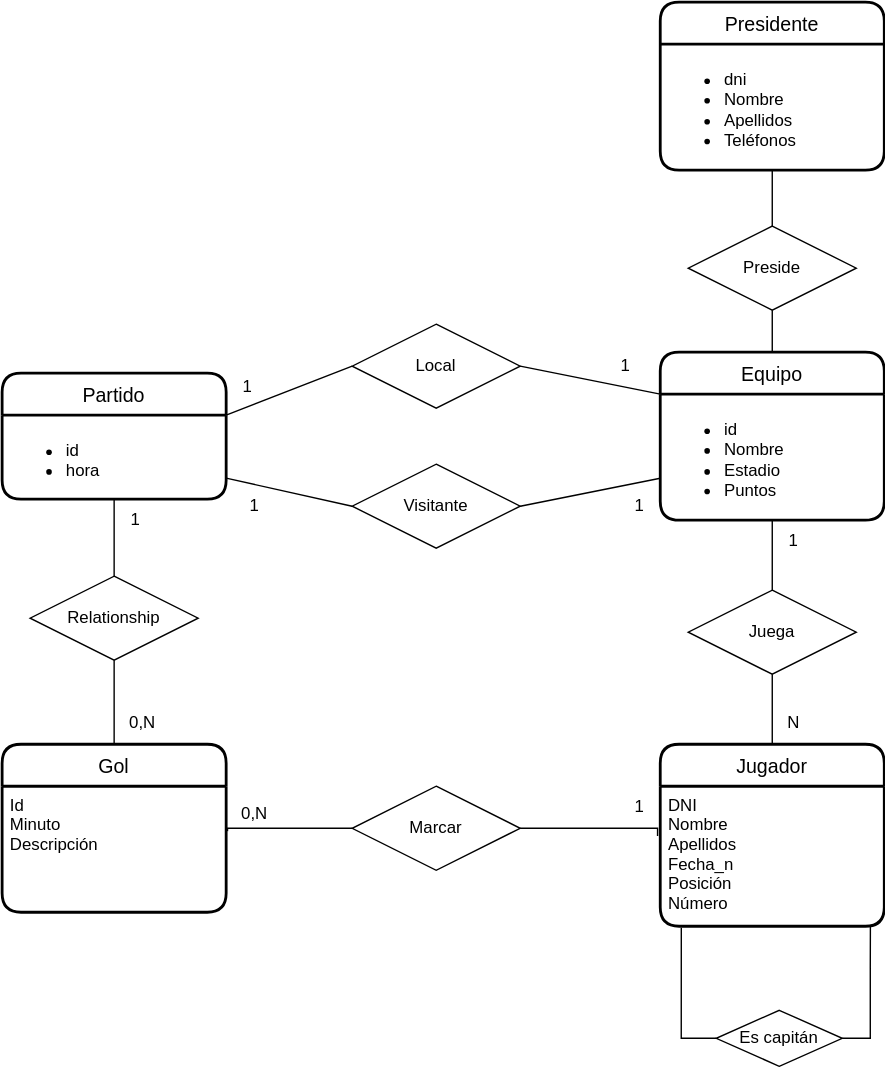
The draw.io diagram UD12-10.svg in Jimxx22/C3-UD11-UML, before a commit. Source tidied: cells renumbered, new cells last; positions are measured from the earlier drawing's top-left corner, leaving out a move shared by most shapes. Source of this version:
```xml
<mxGraphModel>
  <root>
    <mxCell id="0" />
    <mxCell id="1" parent="0" />
    <mxCell id="2" style="edgeStyle=orthogonalEdgeStyle;rounded=0;jettySize=auto;html=1;exitX=0.5;exitY=0;exitDx=0;exitDy=0;entryX=0.5;entryY=1;entryDx=0;entryDy=0;endArrow=none;endFill=0;" parent="1" edge="1" source="3" target="28">
      <mxGeometry relative="1" as="geometry" />
    </mxCell>
    <mxCell id="3" value="Jugador" style="swimlane;horizontal=1;startSize=30;rounded=1;fontSize=14;fontStyle=0;strokeWidth=2;shadow=0;dashed=0;align=center;" parent="1" vertex="1">
      <mxGeometry x="470" y="530" width="160" height="130" as="geometry" />
    </mxCell>
    <mxCell id="4" value="DNI&#10;Nombre&#10;Apellidos&#10;Fecha_n&#10;Posición&#10;Número&#10;" style="align=left;strokeColor=none;fillColor=none;spacingLeft=4;fontSize=12;verticalAlign=top;" parent="3" vertex="1">
      <mxGeometry y="30" width="160" height="100" as="geometry" />
    </mxCell>
    <mxCell id="5" value="Partido" style="swimlane;horizontal=1;startSize=30;rounded=1;fontSize=14;fontStyle=0;strokeWidth=2;shadow=0;dashed=0;align=center;" parent="1" vertex="1">
      <mxGeometry y="265" width="160" height="90" as="geometry" />
    </mxCell>
    <mxCell id="6" value="&lt;ul&gt;&lt;li&gt;id&lt;/li&gt;&lt;li&gt;hora&lt;/li&gt;&lt;/ul&gt;" style="align=left;strokeColor=none;fillColor=none;spacingLeft=4;fontSize=12;verticalAlign=top;html=1;" parent="5" vertex="1">
      <mxGeometry y="30" width="160" height="60" as="geometry" />
    </mxCell>
    <mxCell id="7" value="Gol" style="swimlane;horizontal=1;startSize=30;rounded=1;fontSize=14;fontStyle=0;strokeWidth=2;shadow=0;dashed=0;align=center;" parent="1" vertex="1">
      <mxGeometry y="530" width="160" height="120" as="geometry" />
    </mxCell>
    <mxCell id="8" value="Id&#10;Minuto&#10;Descripción&#10;" style="align=left;strokeColor=none;fillColor=none;spacingLeft=4;fontSize=12;verticalAlign=top;" parent="7" vertex="1">
      <mxGeometry y="30" width="160" height="90" as="geometry" />
    </mxCell>
    <mxCell id="9" value="Presidente" style="swimlane;horizontal=1;startSize=30;rounded=1;fontSize=14;fontStyle=0;strokeWidth=2;shadow=0;dashed=0;align=center;" parent="1" vertex="1">
      <mxGeometry x="470" width="160" height="120" as="geometry" />
    </mxCell>
    <mxCell id="10" value="&lt;ul&gt;&lt;li&gt;dni&lt;/li&gt;&lt;li&gt;Nombre&lt;/li&gt;&lt;li&gt;Apellidos&lt;/li&gt;&lt;li&gt;Teléfonos&lt;/li&gt;&lt;/ul&gt;" style="align=left;strokeColor=none;fillColor=none;spacingLeft=4;fontSize=12;verticalAlign=top;html=1;" parent="9" vertex="1">
      <mxGeometry y="30" width="160" height="90" as="geometry" />
    </mxCell>
    <mxCell id="11" value="Equipo" style="swimlane;horizontal=1;startSize=30;rounded=1;fontSize=14;fontStyle=0;strokeWidth=2;shadow=0;dashed=0;align=center;" parent="1" vertex="1">
      <mxGeometry x="470" y="250" width="160" height="120" as="geometry" />
    </mxCell>
    <mxCell id="12" value="&lt;ul&gt;&lt;li&gt;id&lt;/li&gt;&lt;li&gt;Nombre&lt;/li&gt;&lt;li&gt;Estadio&lt;/li&gt;&lt;li&gt;Puntos&lt;/li&gt;&lt;/ul&gt;" style="align=left;strokeColor=none;fillColor=none;spacingLeft=4;fontSize=12;verticalAlign=top;html=1;" parent="11" vertex="1">
      <mxGeometry y="30" width="160" height="90" as="geometry" />
    </mxCell>
    <mxCell id="13" style="edgeStyle=orthogonalEdgeStyle;rounded=0;jettySize=auto;html=1;exitX=0;exitY=0.5;exitDx=0;exitDy=0;entryX=0.094;entryY=1.011;entryDx=0;entryDy=0;entryPerimeter=0;endArrow=none;endFill=0;" parent="1" edge="1" source="15" target="4">
      <mxGeometry relative="1" as="geometry">
        <Array as="points">
          <mxPoint x="485" y="740" />
        </Array>
      </mxGeometry>
    </mxCell>
    <mxCell id="14" style="edgeStyle=orthogonalEdgeStyle;rounded=0;jettySize=auto;html=1;exitX=1;exitY=0.5;exitDx=0;exitDy=0;entryX=0.938;entryY=1;entryDx=0;entryDy=0;entryPerimeter=0;endArrow=none;endFill=0;" parent="1" edge="1" source="15" target="4">
      <mxGeometry relative="1" as="geometry" />
    </mxCell>
    <mxCell id="15" value="Es capitán" style="shape=rhombus;perimeter=rhombusPerimeter;whiteSpace=wrap;html=1;align=center;" parent="1" vertex="1">
      <mxGeometry x="510" y="720" width="90" height="40" as="geometry" />
    </mxCell>
    <mxCell id="16" style="edgeStyle=orthogonalEdgeStyle;rounded=0;jettySize=auto;html=1;exitX=1;exitY=0.5;exitDx=0;exitDy=0;entryX=-0.012;entryY=0.356;entryDx=0;entryDy=0;entryPerimeter=0;endArrow=none;endFill=0;" parent="1" edge="1" source="18" target="4">
      <mxGeometry relative="1" as="geometry">
        <Array as="points">
          <mxPoint x="468" y="590" />
        </Array>
      </mxGeometry>
    </mxCell>
    <mxCell id="17" style="edgeStyle=orthogonalEdgeStyle;rounded=0;jettySize=auto;html=1;exitX=0;exitY=0.5;exitDx=0;exitDy=0;entryX=1.006;entryY=0.356;entryDx=0;entryDy=0;entryPerimeter=0;endArrow=none;endFill=0;" parent="1" edge="1" source="18" target="8">
      <mxGeometry relative="1" as="geometry">
        <Array as="points">
          <mxPoint x="161" y="590" />
        </Array>
      </mxGeometry>
    </mxCell>
    <mxCell id="18" value="Marcar" style="shape=rhombus;perimeter=rhombusPerimeter;whiteSpace=wrap;html=1;align=center;" parent="1" vertex="1">
      <mxGeometry x="250" y="560" width="120" height="60" as="geometry" />
    </mxCell>
    <mxCell id="19" value="Visitante" style="shape=rhombus;perimeter=rhombusPerimeter;whiteSpace=wrap;html=1;align=center;labelBackgroundColor=none;" parent="1" vertex="1">
      <mxGeometry x="250" y="330" width="120" height="60" as="geometry" />
    </mxCell>
    <mxCell id="20" value="Local" style="shape=rhombus;perimeter=rhombusPerimeter;whiteSpace=wrap;html=1;align=center;labelBackgroundColor=none;" parent="1" vertex="1">
      <mxGeometry x="250" y="230" width="120" height="60" as="geometry" />
    </mxCell>
    <mxCell id="21" style="endArrow=none;html=1;rounded=0;labelBackgroundColor=none;entryX=0;entryY=0.25;entryDx=0;entryDy=0;exitX=1;exitY=0.5;exitDx=0;exitDy=0;" parent="1" edge="1" source="20" target="11">
      <mxGeometry relative="1" as="geometry" />
    </mxCell>
    <mxCell id="22" style="endArrow=none;html=1;rounded=0;labelBackgroundColor=none;entryX=0;entryY=0.75;entryDx=0;entryDy=0;exitX=1;exitY=0.5;exitDx=0;exitDy=0;" parent="1" edge="1" source="19" target="11">
      <mxGeometry relative="1" as="geometry" />
    </mxCell>
    <mxCell id="23" style="endArrow=none;html=1;rounded=0;labelBackgroundColor=none;entryX=0;entryY=0.5;entryDx=0;entryDy=0;exitX=1;exitY=0.75;exitDx=0;exitDy=0;" parent="1" edge="1" source="6" target="19">
      <mxGeometry relative="1" as="geometry" />
    </mxCell>
    <mxCell id="24" style="endArrow=none;html=1;rounded=0;labelBackgroundColor=none;entryX=0;entryY=0.5;entryDx=0;entryDy=0;exitX=1;exitY=0;exitDx=0;exitDy=0;" parent="1" edge="1" source="6" target="20">
      <mxGeometry relative="1" as="geometry" />
    </mxCell>
    <mxCell id="25" value="Relationship" style="shape=rhombus;perimeter=rhombusPerimeter;whiteSpace=wrap;html=1;align=center;labelBackgroundColor=none;" parent="1" vertex="1">
      <mxGeometry x="20" y="410" width="120" height="60" as="geometry" />
    </mxCell>
    <mxCell id="26" style="edgeStyle=orthogonalEdgeStyle;rounded=0;jettySize=auto;html=1;exitX=0.5;exitY=0;exitDx=0;exitDy=0;entryX=0.5;entryY=1;entryDx=0;entryDy=0;endArrow=none;endFill=0;" parent="1" edge="1" source="28" target="11">
      <mxGeometry relative="1" as="geometry" />
    </mxCell>
    <mxCell id="27" style="endArrow=none;html=1;rounded=0;labelBackgroundColor=none;entryX=0.5;entryY=0;entryDx=0;entryDy=0;exitX=0.5;exitY=1;exitDx=0;exitDy=0;" parent="1" edge="1" source="6" target="25">
      <mxGeometry relative="1" as="geometry" />
    </mxCell>
    <mxCell id="28" value="Juega" style="shape=rhombus;perimeter=rhombusPerimeter;whiteSpace=wrap;html=1;align=center;" parent="1" vertex="1">
      <mxGeometry x="490" y="420" width="120" height="60" as="geometry" />
    </mxCell>
    <mxCell id="29" value="1" style="text;html=1;align=center;verticalAlign=middle;strokeColor=none;fillColor=none;" parent="1" vertex="1">
      <mxGeometry x="550" y="370" width="30" height="30" as="geometry" />
    </mxCell>
    <mxCell id="30" style="endArrow=none;html=1;rounded=0;labelBackgroundColor=none;entryX=0.5;entryY=0;entryDx=0;entryDy=0;exitX=0.5;exitY=1;exitDx=0;exitDy=0;" parent="1" edge="1" source="25" target="7">
      <mxGeometry relative="1" as="geometry" />
    </mxCell>
    <mxCell id="31" value="Preside" style="shape=rhombus;perimeter=rhombusPerimeter;whiteSpace=wrap;html=1;align=center;labelBackgroundColor=none;" parent="1" vertex="1">
      <mxGeometry x="490" y="160" width="120" height="60" as="geometry" />
    </mxCell>
    <mxCell id="32" value="N" style="text;html=1;align=center;verticalAlign=middle;strokeColor=none;fillColor=none;" parent="1" vertex="1">
      <mxGeometry x="550" y="500" width="30" height="30" as="geometry" />
    </mxCell>
    <mxCell id="33" style="endArrow=none;html=1;rounded=0;labelBackgroundColor=none;entryX=0.5;entryY=1;entryDx=0;entryDy=0;exitX=0.5;exitY=0;exitDx=0;exitDy=0;" parent="1" edge="1" source="31" target="10">
      <mxGeometry relative="1" as="geometry" />
    </mxCell>
    <mxCell id="34" value="1" style="text;html=1;align=center;verticalAlign=middle;strokeColor=none;fillColor=none;" parent="1" vertex="1">
      <mxGeometry x="440" y="560" width="30" height="30" as="geometry" />
    </mxCell>
    <mxCell id="35" style="endArrow=none;html=1;rounded=0;labelBackgroundColor=none;entryX=0.5;entryY=0;entryDx=0;entryDy=0;exitX=0.5;exitY=1;exitDx=0;exitDy=0;" parent="1" edge="1" source="31" target="11">
      <mxGeometry relative="1" as="geometry" />
    </mxCell>
    <mxCell id="36" value="0,N" style="text;html=1;align=center;verticalAlign=middle;strokeColor=none;fillColor=none;" parent="1" vertex="1">
      <mxGeometry x="160" y="565" width="40" height="30" as="geometry" />
    </mxCell>
    <mxCell id="37" value="1" style="text;html=1;align=center;verticalAlign=middle;strokeColor=none;fillColor=none;" parent="1" vertex="1">
      <mxGeometry x="80" y="355" width="30" height="30" as="geometry" />
    </mxCell>
    <mxCell id="38" value="0,N" style="text;html=1;align=center;verticalAlign=middle;strokeColor=none;fillColor=none;" parent="1" vertex="1">
      <mxGeometry x="80" y="500" width="40" height="30" as="geometry" />
    </mxCell>
    <mxCell id="39" value="1" style="text;html=1;align=center;verticalAlign=middle;strokeColor=none;fillColor=none;" parent="1" vertex="1">
      <mxGeometry x="430" y="245" width="30" height="30" as="geometry" />
    </mxCell>
    <mxCell id="40" value="1" style="text;html=1;align=center;verticalAlign=middle;strokeColor=none;fillColor=none;" parent="1" vertex="1">
      <mxGeometry x="440" y="345" width="30" height="30" as="geometry" />
    </mxCell>
    <mxCell id="41" value="1" style="text;html=1;align=center;verticalAlign=middle;strokeColor=none;fillColor=none;" parent="1" vertex="1">
      <mxGeometry x="160" y="260" width="30" height="30" as="geometry" />
    </mxCell>
    <mxCell id="42" value="1" style="text;html=1;align=center;verticalAlign=middle;strokeColor=none;fillColor=none;" parent="1" vertex="1">
      <mxGeometry x="165" y="345" width="30" height="30" as="geometry" />
    </mxCell>
  </root>
</mxGraphModel>
```
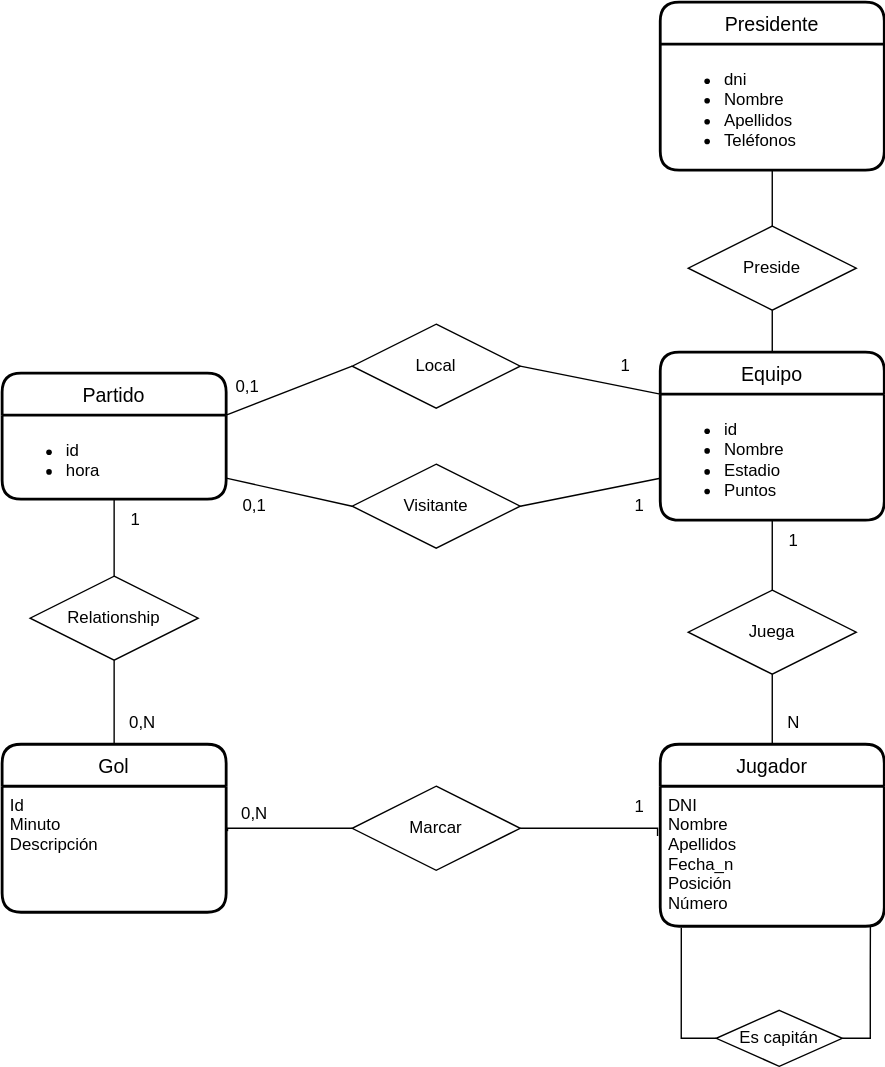
Above is the later version.

What changed in the source:
```diff
@@ -131,11 +131,11 @@
     <mxCell id="40" value="1" style="text;html=1;align=center;verticalAlign=middle;strokeColor=none;fillColor=none;" parent="1" vertex="1">
       <mxGeometry x="440" y="345" width="30" height="30" as="geometry" />
     </mxCell>
-    <mxCell id="41" value="1" style="text;html=1;align=center;verticalAlign=middle;strokeColor=none;fillColor=none;" parent="1" vertex="1">
-      <mxGeometry x="160" y="260" width="30" height="30" as="geometry" />
+    <mxCell id="41" value="0,1" style="text;html=1;align=center;verticalAlign=middle;strokeColor=none;fillColor=none;" parent="1" vertex="1">
+      <mxGeometry x="155" y="260" width="40" height="30" as="geometry" />
     </mxCell>
-    <mxCell id="42" value="1" style="text;html=1;align=center;verticalAlign=middle;strokeColor=none;fillColor=none;" parent="1" vertex="1">
-      <mxGeometry x="165" y="345" width="30" height="30" as="geometry" />
+    <mxCell id="42" value="0,1" style="text;html=1;align=center;verticalAlign=middle;strokeColor=none;fillColor=none;" parent="1" vertex="1">
+      <mxGeometry x="160" y="345" width="40" height="30" as="geometry" />
     </mxCell>
   </root>
 </mxGraphModel>
```
